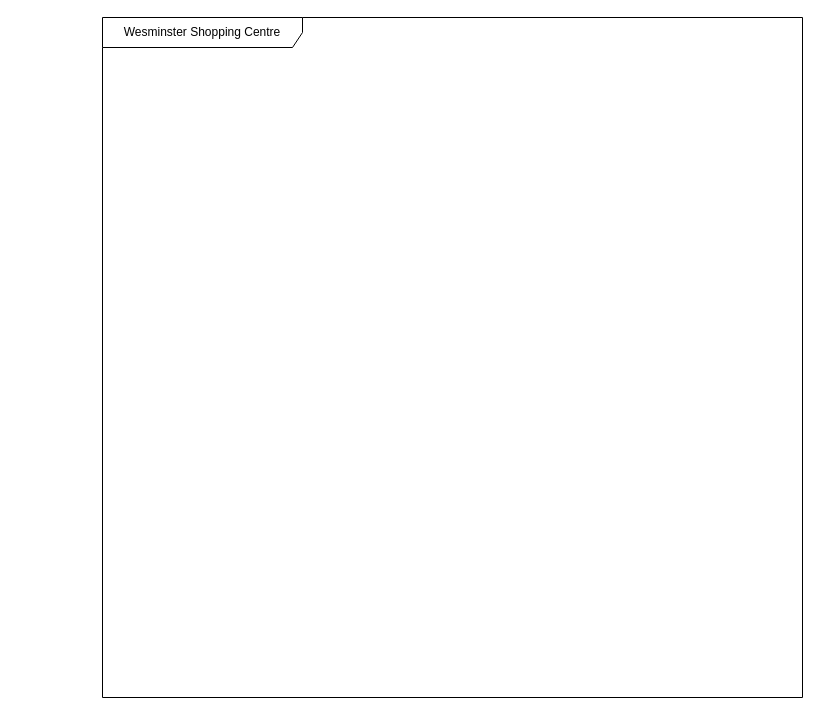
Before: src/Use-case-diagram.drawio in itsjorigo/wesminster-shopping-centre, a draw.io diagram. Source tidied: cells renumbered, new cells numbered last; positions are measured from the earlier drawing's top-left corner, leaving out a move shared by most shapes. Both pictures are drawn from the tidied source at 100%, with x=0, y=0 at pixel (102, 17).
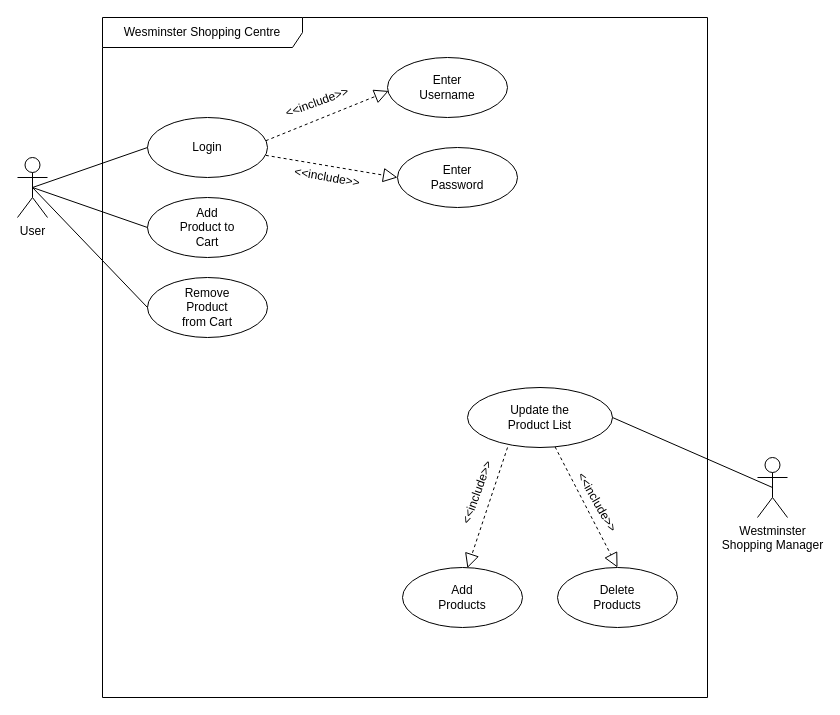
The same diagram, later.

What changed in the source:
```diff
@@
     <mxCell id="2" value="Wesminster Shopping Centre" style="shape=umlFrame;whiteSpace=wrap;html=1;width=200;height=30;" parent="1" vertex="1">
-      <mxGeometry width="700" height="680" as="geometry" />
+      <mxGeometry width="605" height="680" as="geometry" />
     </mxCell>
+    <mxCell id="3" style="group;" parent="2" vertex="1">
+      <mxGeometry x="45" y="260" width="120" height="60" as="geometry" />
+    </mxCell>
+    <mxCell id="4" style="ellipse;whiteSpace=wrap;html=1;" parent="3" vertex="1">
+      <mxGeometry width="120" height="60" as="geometry" />
+    </mxCell>
+    <mxCell id="5" value="Remove Product from Cart" style="text;html=1;strokeColor=none;fillColor=none;align=center;verticalAlign=middle;whiteSpace=wrap;rounded=0;" parent="3" vertex="1">
+      <mxGeometry x="30" y="15" width="60" height="30" as="geometry" />
+    </mxCell>
+    <mxCell id="6" style="group;" parent="2" vertex="1">
+      <mxGeometry x="45" y="100" width="120" height="60" as="geometry" />
+    </mxCell>
+    <mxCell id="7" style="ellipse;whiteSpace=wrap;html=1;" parent="6" vertex="1">
+      <mxGeometry width="120" height="60" as="geometry" />
+    </mxCell>
+    <mxCell id="8" value="Login" style="text;html=1;strokeColor=none;fillColor=none;align=center;verticalAlign=middle;whiteSpace=wrap;rounded=0;" parent="6" vertex="1">
+      <mxGeometry x="30" y="15" width="60" height="30" as="geometry" />
+    </mxCell>
+    <mxCell id="9" style="group;" parent="2" vertex="1">
+      <mxGeometry x="45" y="180" width="120" height="60" as="geometry" />
+    </mxCell>
+    <mxCell id="10" style="ellipse;whiteSpace=wrap;html=1;" parent="9" vertex="1">
+      <mxGeometry width="120" height="60" as="geometry" />
+    </mxCell>
+    <mxCell id="11" value="Add Product to Cart" style="text;html=1;strokeColor=none;fillColor=none;align=center;verticalAlign=middle;whiteSpace=wrap;rounded=0;" parent="9" vertex="1">
+      <mxGeometry x="30" y="15" width="60" height="30" as="geometry" />
+    </mxCell>
+    <mxCell id="12" style="group;" parent="2" vertex="1">
+      <mxGeometry x="365" y="370" width="145" height="60" as="geometry" />
+    </mxCell>
+    <mxCell id="13" style="ellipse;whiteSpace=wrap;html=1;" parent="12" vertex="1">
+      <mxGeometry width="145" height="60" as="geometry" />
+    </mxCell>
+    <mxCell id="14" value="Update the Product List" style="text;html=1;strokeColor=none;fillColor=none;align=center;verticalAlign=middle;whiteSpace=wrap;rounded=0;" parent="12" vertex="1">
+      <mxGeometry x="36.2" y="15" width="72.5" height="30" as="geometry" />
+    </mxCell>
+    <mxCell id="15" style="group;" parent="2" vertex="1">
+      <mxGeometry x="455" y="550" width="120" height="60" as="geometry" />
+    </mxCell>
+    <mxCell id="16" style="ellipse;whiteSpace=wrap;html=1;" parent="15" vertex="1">
+      <mxGeometry width="120" height="60" as="geometry" />
+    </mxCell>
+    <mxCell id="17" value="Delete Products" style="text;html=1;strokeColor=none;fillColor=none;align=center;verticalAlign=middle;whiteSpace=wrap;rounded=0;" parent="15" vertex="1">
+      <mxGeometry x="30" y="15" width="60" height="30" as="geometry" />
+    </mxCell>
+    <mxCell id="18" style="group;" parent="2" vertex="1">
+      <mxGeometry x="285" y="40" width="120" height="60" as="geometry" />
+    </mxCell>
+    <mxCell id="19" style="ellipse;whiteSpace=wrap;html=1;" parent="18" vertex="1">
+      <mxGeometry width="120" height="60" as="geometry" />
+    </mxCell>
+    <mxCell id="20" value="Enter Username" style="text;html=1;strokeColor=none;fillColor=none;align=center;verticalAlign=middle;whiteSpace=wrap;rounded=0;" parent="18" vertex="1">
+      <mxGeometry x="30" y="15" width="60" height="30" as="geometry" />
+    </mxCell>
+    <mxCell id="21" style="group;" parent="2" vertex="1">
+      <mxGeometry x="295" y="130" width="120" height="60" as="geometry" />
+    </mxCell>
+    <mxCell id="22" style="ellipse;whiteSpace=wrap;html=1;" parent="21" vertex="1">
+      <mxGeometry width="120" height="60" as="geometry" />
+    </mxCell>
+    <mxCell id="23" value="Enter Password" style="text;html=1;strokeColor=none;fillColor=none;align=center;verticalAlign=middle;whiteSpace=wrap;rounded=0;" parent="21" vertex="1">
+      <mxGeometry x="30" y="15" width="60" height="30" as="geometry" />
+    </mxCell>
+    <mxCell id="24" style="endArrow=block;endFill=0;endSize=12;html=1;rounded=0;exitX=0.986;exitY=0.631;exitDx=0;exitDy=0;entryX=0;entryY=0.5;entryDx=0;entryDy=0;dashed=1;exitPerimeter=0;" parent="2" edge="1" source="7" target="22">
+      <mxGeometry relative="1" as="geometry" />
+    </mxCell>
+    <mxCell id="25" style="endArrow=block;endFill=0;endSize=12;html=1;rounded=0;exitX=0.986;exitY=0.387;exitDx=0;exitDy=0;entryX=0.01;entryY=0.558;entryDx=0;entryDy=0;entryPerimeter=0;exitPerimeter=0;dashed=1;" parent="2" edge="1" source="7" target="19">
+      <mxGeometry relative="1" as="geometry" />
+    </mxCell>
+    <mxCell id="26" value="&amp;lt;&amp;lt;include&amp;gt;&amp;gt;" style="text;html=1;strokeColor=none;fillColor=none;align=center;verticalAlign=middle;whiteSpace=wrap;rounded=0;rotation=-20;" parent="2" vertex="1">
+      <mxGeometry x="185" y="70" width="60" height="30" as="geometry" />
+    </mxCell>
+    <mxCell id="27" value="&amp;lt;&amp;lt;include&amp;gt;&amp;gt;" style="text;html=1;strokeColor=none;fillColor=none;align=center;verticalAlign=middle;whiteSpace=wrap;rounded=0;rotation=10;" parent="2" vertex="1">
+      <mxGeometry x="195" y="145" width="60" height="30" as="geometry" />
+    </mxCell>
+    <mxCell id="28" style="endArrow=block;endFill=0;endSize=12;html=1;rounded=0;entryX=0.5;entryY=0;entryDx=0;entryDy=0;dashed=1;" parent="2" edge="1" source="13" target="16">
+      <mxGeometry relative="1" as="geometry" />
+    </mxCell>
+    <mxCell id="29" style="endArrow=block;endFill=0;endSize=12;html=1;rounded=0;exitX=0.276;exitY=1;exitDx=0;exitDy=0;entryX=0.541;entryY=0.009;entryDx=0;entryDy=0;entryPerimeter=0;exitPerimeter=0;dashed=1;" parent="2" edge="1" source="13" target="33">
+      <mxGeometry relative="1" as="geometry" />
+    </mxCell>
+    <mxCell id="30" value="&amp;lt;&amp;lt;include&amp;gt;&amp;gt;" style="text;html=1;strokeColor=none;fillColor=none;align=center;verticalAlign=middle;whiteSpace=wrap;rounded=0;rotation=-70;" parent="2" vertex="1">
+      <mxGeometry x="345" y="460" width="60" height="30" as="geometry" />
+    </mxCell>
+    <mxCell id="31" value="&amp;lt;&amp;lt;include&amp;gt;&amp;gt;" style="text;html=1;strokeColor=none;fillColor=none;align=center;verticalAlign=middle;whiteSpace=wrap;rounded=0;rotation=60;" parent="2" vertex="1">
+      <mxGeometry x="465" y="470" width="60" height="30" as="geometry" />
+    </mxCell>
+    <mxCell id="32" style="group;" parent="2" vertex="1">
+      <mxGeometry x="300" y="550" width="120" height="60" as="geometry" />
+    </mxCell>
+    <mxCell id="33" style="ellipse;whiteSpace=wrap;html=1;" parent="32" vertex="1">
+      <mxGeometry width="120" height="60" as="geometry" />
+    </mxCell>
+    <mxCell id="34" value="Add Products" style="text;html=1;strokeColor=none;fillColor=none;align=center;verticalAlign=middle;whiteSpace=wrap;rounded=0;" parent="32" vertex="1">
+      <mxGeometry x="30" y="15" width="60" height="30" as="geometry" />
+    </mxCell>
+    <mxCell id="35" value="User" style="shape=umlActor;verticalLabelPosition=bottom;verticalAlign=top;html=1;outlineConnect=0;" parent="1" vertex="1">
+      <mxGeometry x="-85" y="140" width="30" height="60" as="geometry" />
+    </mxCell>
+    <mxCell id="36" style="endArrow=none;html=1;rounded=0;exitX=0.5;exitY=0.5;exitDx=0;exitDy=0;exitPerimeter=0;entryX=0;entryY=0.5;entryDx=0;entryDy=0;" parent="1" edge="1" source="35" target="7">
+      <mxGeometry relative="1" as="geometry" />
+    </mxCell>
+    <mxCell id="37" style="endArrow=none;html=1;rounded=0;entryX=0;entryY=0.5;entryDx=0;entryDy=0;exitX=0.5;exitY=0.5;exitDx=0;exitDy=0;exitPerimeter=0;" parent="1" edge="1" source="35" target="10">
+      <mxGeometry relative="1" as="geometry" />
+    </mxCell>
+    <mxCell id="38" style="endArrow=none;html=1;rounded=0;exitX=0.5;exitY=0.5;exitDx=0;exitDy=0;exitPerimeter=0;entryX=0;entryY=0.5;entryDx=0;entryDy=0;" parent="1" edge="1" source="35" target="4">
+      <mxGeometry relative="1" as="geometry" />
+    </mxCell>
+    <mxCell id="39" value="Westminster &lt;br&gt;Shopping Manager" style="shape=umlActor;verticalLabelPosition=bottom;verticalAlign=top;html=1;outlineConnect=0;" parent="1" vertex="1">
+      <mxGeometry x="655" y="440" width="30" height="60" as="geometry" />
+    </mxCell>
+    <mxCell id="40" style="endArrow=none;html=1;rounded=0;entryX=1;entryY=0.5;entryDx=0;entryDy=0;exitX=0.5;exitY=0.5;exitDx=0;exitDy=0;exitPerimeter=0;" parent="1" edge="1" source="39" target="13">
+      <mxGeometry relative="1" as="geometry" />
+    </mxCell>
```
